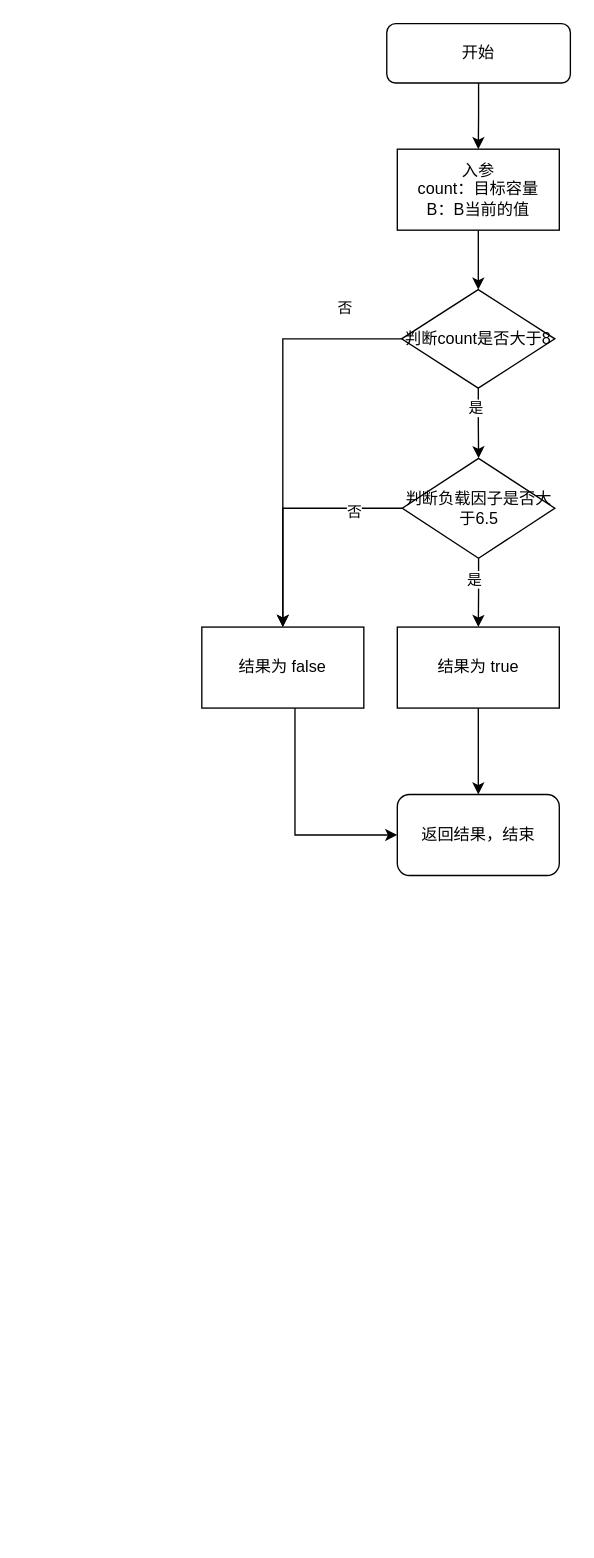
CatNum/draw.io keeps this draw.io diagram as map.drawio. Above is the earlier version. Source tidied: cells renumbered, new cells numbered last; positions are measured from the earlier drawing's top-left corner, leaving out a move shared by most shapes. Both pictures are drawn from the tidied source at 135%, with x=0, y=0 at pixel (201, 23).
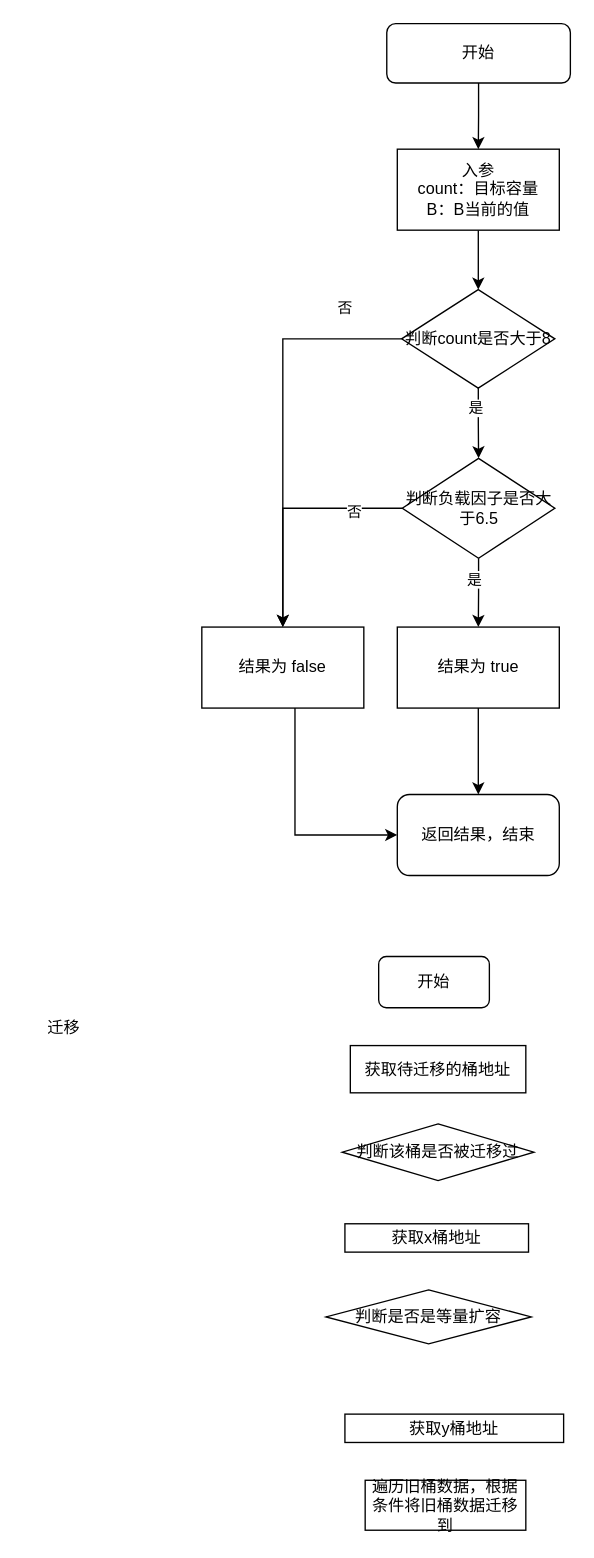
The same diagram, later.

What changed in the source:
```diff
@@
+    <mxCell id="21" value="迁移" style="text;html=1;strokeColor=none;fillColor=none;align=center;verticalAlign=middle;whiteSpace=wrap;rounded=0;" parent="1" vertex="1">
+      <mxGeometry x="-132" y="729" width="60" height="30" as="geometry" />
+    </mxCell>
+    <mxCell id="22" value="开始" style="rounded=1;whiteSpace=wrap;html=1;" parent="1" vertex="1">
+      <mxGeometry x="131" y="691" width="82" height="38" as="geometry" />
+    </mxCell>
+    <mxCell id="23" value="获取待迁移的桶地址" style="rounded=0;whiteSpace=wrap;html=1;" parent="1" vertex="1">
+      <mxGeometry x="110" y="757" width="130" height="35" as="geometry" />
+    </mxCell>
+    <mxCell id="24" value="判断该桶是否被迁移过" style="rhombus;whiteSpace=wrap;html=1;" parent="1" vertex="1">
+      <mxGeometry x="104" y="815" width="142" height="42" as="geometry" />
+    </mxCell>
+    <mxCell id="25" value="获取x桶地址" style="rounded=0;whiteSpace=wrap;html=1;" parent="1" vertex="1">
+      <mxGeometry x="106" y="889" width="136" height="21" as="geometry" />
+    </mxCell>
+    <mxCell id="26" value="判断是否是等量扩容" style="rhombus;whiteSpace=wrap;html=1;" parent="1" vertex="1">
+      <mxGeometry x="92" y="938" width="152" height="40" as="geometry" />
+    </mxCell>
+    <mxCell id="27" value="获取y桶地址" style="rounded=0;whiteSpace=wrap;html=1;" parent="1" vertex="1">
+      <mxGeometry x="106" y="1030" width="162" height="21" as="geometry" />
+    </mxCell>
+    <mxCell id="28" value="遍历旧桶数据，根据条件将旧桶数据迁移到" style="rounded=0;whiteSpace=wrap;html=1;" parent="1" vertex="1">
+      <mxGeometry x="121" y="1079" width="119" height="37" as="geometry" />
+    </mxCell>
```
